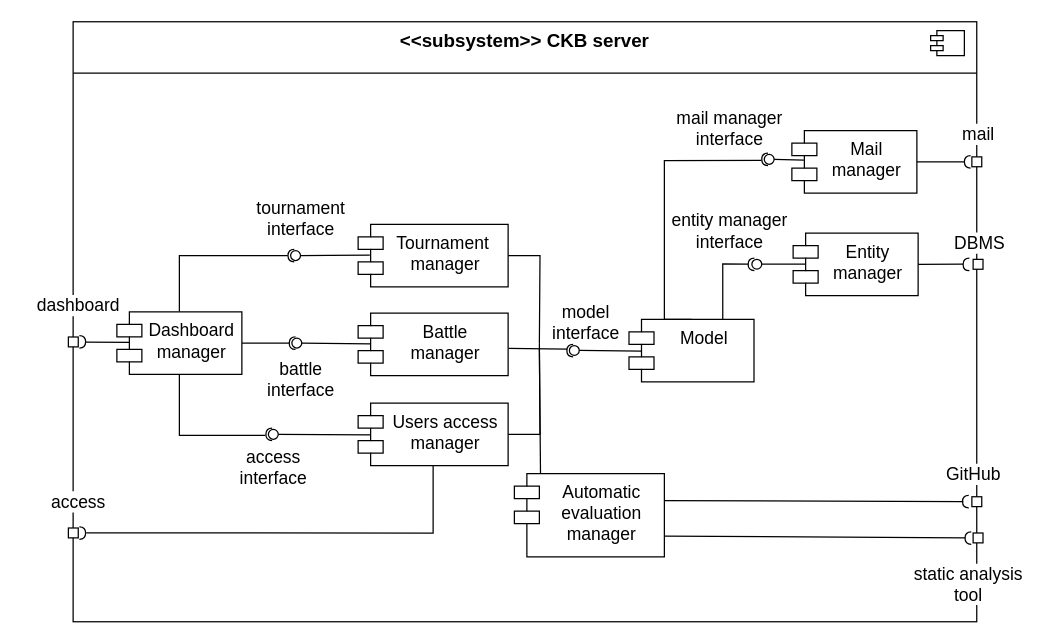
This is page "component view" (3 of 6) of diagrams/architecture/hl-system.drawio from mttcrn/software-engineering-II-project, a draw.io file, before an edit. Source tidied: cells renumbered, new cells numbered last; positions are measured from the earlier drawing's top-left corner, leaving out a move shared by most shapes. Both pictures are drawn from the tidied source at 125%, with x=0, y=0 at pixel (20, 21).
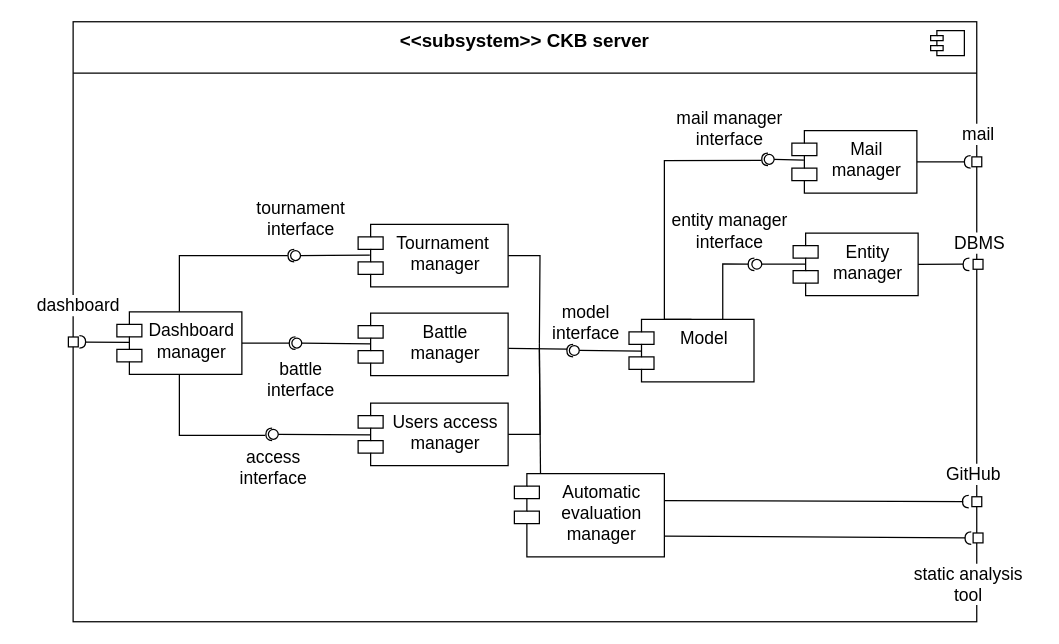
Above is the later version.

The change refers to these unchanged cells:
```xml
<mxCell id="52" value="Users access&lt;br style=&quot;font-size: 14px;&quot;&gt;manager" style="shape=module;align=center;spacingLeft=20;align=center;verticalAlign=top;whiteSpace=wrap;html=1;fontSize=14;" parent="1" vertex="1">
  <mxGeometry x="270" y="304.9" width="120" height="50" as="geometry" />
</mxCell>
```

Diff of the diagram source:
```diff
@@
-    <mxCell id="34" style="html=1;rounded=0;fontSize=14;" parent="1" vertex="1">
-      <mxGeometry x="38.2" y="404.9" width="7.9" height="7.9" as="geometry" />
-    </mxCell>
@@
-    <mxCell id="47" value="access" style="text;html=1;align=center;verticalAlign=middle;strokeColor=none;fillColor=none;labelBackgroundColor=default;fontSize=14;" parent="1" vertex="1">
-      <mxGeometry x="10.5" y="368.9" width="70" height="30" as="geometry" />
-    </mxCell>
@@
-    <mxCell id="62" style="shape=requiredInterface;html=1;fontSize=14;align=center;fillColor=none;points=[];verticalAlign=bottom;labelPosition=center;verticalLabelPosition=top;flipH=1;rotation=-180;" parent="1" vertex="1">
-      <mxGeometry x="47" y="403.9" width="5" height="10" as="geometry" />
-    </mxCell>
@@
-    <mxCell id="64" style="edgeStyle=orthogonalEdgeStyle;rounded=0;jettySize=auto;html=1;exitX=0.5;exitY=1;exitDx=0;exitDy=0;entryX=1.099;entryY=0.502;entryDx=0;entryDy=0;entryPerimeter=0;endArrow=none;endFill=0;fontSize=14;" parent="1" edge="1" source="52" target="62">
-      <mxGeometry relative="1" as="geometry" />
-    </mxCell>
```
